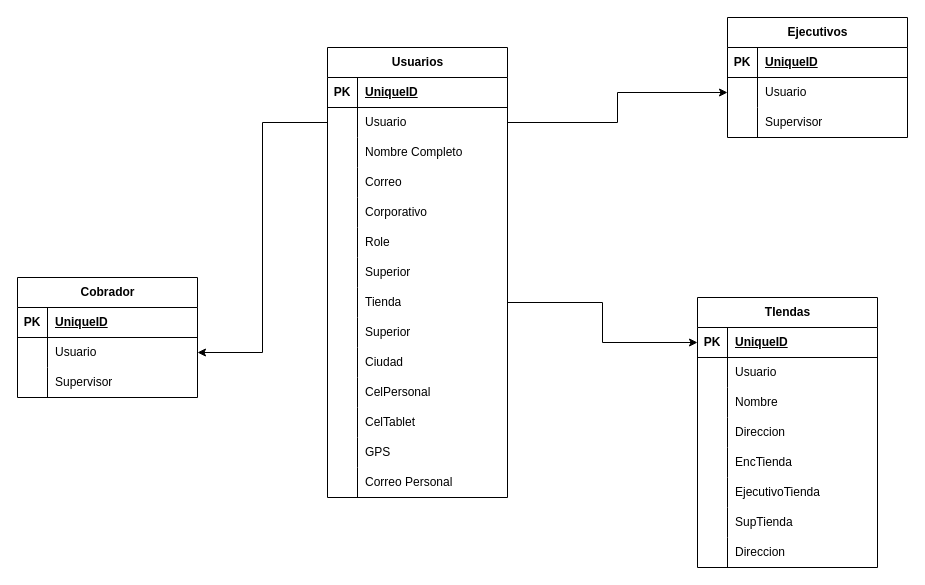
The draw.io diagram Untitled Diagram.drawio in RodJustiniano/Work, before the edit. Source tidied: cells renumbered, new cells numbered last; positions are measured from the earlier drawing's top-left corner, leaving out a move shared by most shapes. Both pictures are drawn from the tidied source at 100%, with x=0, y=0 at pixel (17, 17).
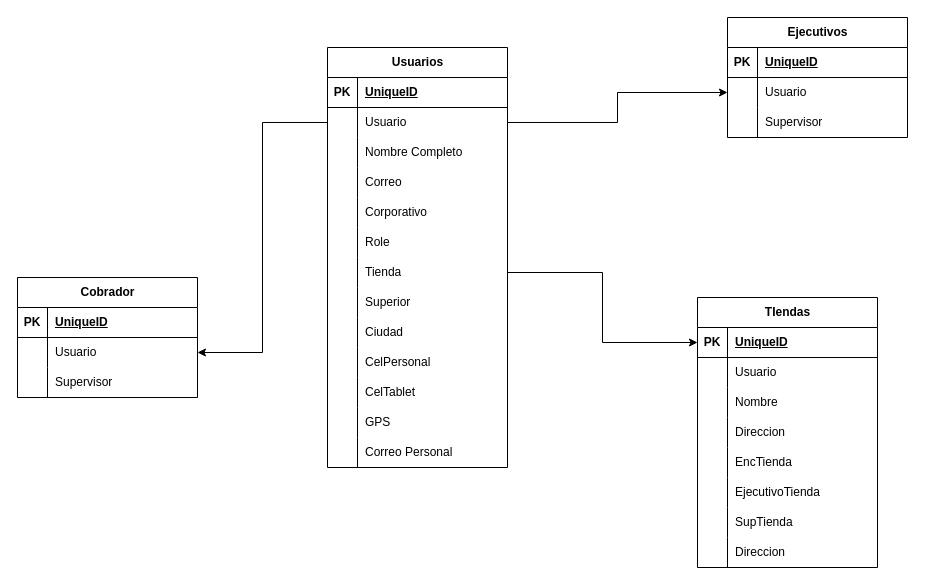
After the change.

Diff of the diagram source:
```diff
@@
     <mxCell id="2" value="Usuarios" style="shape=table;startSize=30;childLayout=tableLayout;rowLines=0;fontStyle=1;align=center;html=1;" parent="1" vertex="1">
-      <mxGeometry x="310" y="30" width="180" height="450" as="geometry" />
+      <mxGeometry x="310" y="30" width="180" height="420" as="geometry" />
     </mxCell>
@@
-    <mxCell id="21" style="shape=tableRow;horizontal=0;startSize=0;swimlaneHead=0;swimlaneBody=0;fillColor=none;top=0;left=0;right=0;bottom=0;" parent="2" vertex="1">
-      <mxGeometry y="210" width="180" height="30" as="geometry" />
-    </mxCell>
-    <mxCell id="22" style="shape=partialRectangle;fillColor=none;top=0;left=0;bottom=0;right=0;overflow=hidden;whiteSpace=wrap;html=1;" parent="21" vertex="1">
-      <mxGeometry width="30" height="30" as="geometry" />
-    </mxCell>
-    <mxCell id="23" value="Superior" style="shape=partialRectangle;fillColor=none;top=0;left=0;bottom=0;right=0;align=left;spacingLeft=6;overflow=hidden;whiteSpace=wrap;html=1;" parent="21" vertex="1">
-      <mxGeometry x="30" width="150" height="30" as="geometry" />
-    </mxCell>
     <mxCell id="24" style="shape=tableRow;horizontal=0;startSize=0;swimlaneHead=0;swimlaneBody=0;fillColor=none;points=[[0,0.5],[1,0.5]];portConstraint=eastwest;top=0;left=0;right=0;bottom=0;" parent="2" vertex="1">
-      <mxGeometry y="240" width="180" height="30" as="geometry" />
+      <mxGeometry y="210" width="180" height="30" as="geometry" />
     </mxCell>
@@
     <mxCell id="27" style="shape=tableRow;horizontal=0;startSize=0;swimlaneHead=0;swimlaneBody=0;fillColor=none;top=0;left=0;right=0;bottom=0;" parent="2" vertex="1">
-      <mxGeometry y="270" width="180" height="30" as="geometry" />
+      <mxGeometry y="240" width="180" height="30" as="geometry" />
     </mxCell>
@@
     <mxCell id="30" style="shape=tableRow;horizontal=0;startSize=0;swimlaneHead=0;swimlaneBody=0;fillColor=none;top=0;left=0;right=0;bottom=0;" parent="2" vertex="1">
-      <mxGeometry y="300" width="180" height="30" as="geometry" />
+      <mxGeometry y="270" width="180" height="30" as="geometry" />
     </mxCell>
@@
     <mxCell id="33" style="shape=tableRow;horizontal=0;startSize=0;swimlaneHead=0;swimlaneBody=0;fillColor=none;top=0;left=0;right=0;bottom=0;" parent="2" vertex="1">
-      <mxGeometry y="330" width="180" height="30" as="geometry" />
+      <mxGeometry y="300" width="180" height="30" as="geometry" />
     </mxCell>
@@
     <mxCell id="36" style="shape=tableRow;horizontal=0;startSize=0;swimlaneHead=0;swimlaneBody=0;fillColor=none;top=0;left=0;right=0;bottom=0;" parent="2" vertex="1">
-      <mxGeometry y="360" width="180" height="30" as="geometry" />
+      <mxGeometry y="330" width="180" height="30" as="geometry" />
     </mxCell>
@@
     <mxCell id="39" style="shape=tableRow;horizontal=0;startSize=0;swimlaneHead=0;swimlaneBody=0;fillColor=none;top=0;left=0;right=0;bottom=0;" parent="2" vertex="1">
-      <mxGeometry y="390" width="180" height="30" as="geometry" />
+      <mxGeometry y="360" width="180" height="30" as="geometry" />
     </mxCell>
@@
     <mxCell id="42" style="shape=tableRow;horizontal=0;startSize=0;swimlaneHead=0;swimlaneBody=0;fillColor=none;top=0;left=0;right=0;bottom=0;" parent="2" vertex="1">
-      <mxGeometry y="420" width="180" height="30" as="geometry" />
+      <mxGeometry y="390" width="180" height="30" as="geometry" />
     </mxCell>
```
